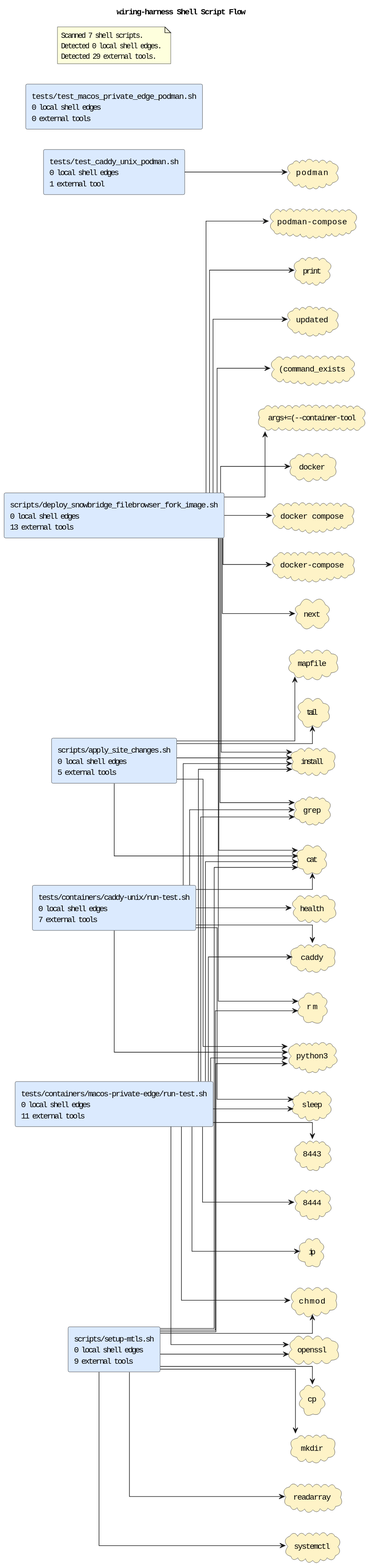
Before: docs/diagrams/shell-call-graph.puml.svg, a diagram exported from PlantUML (casonk/wiring-harness).
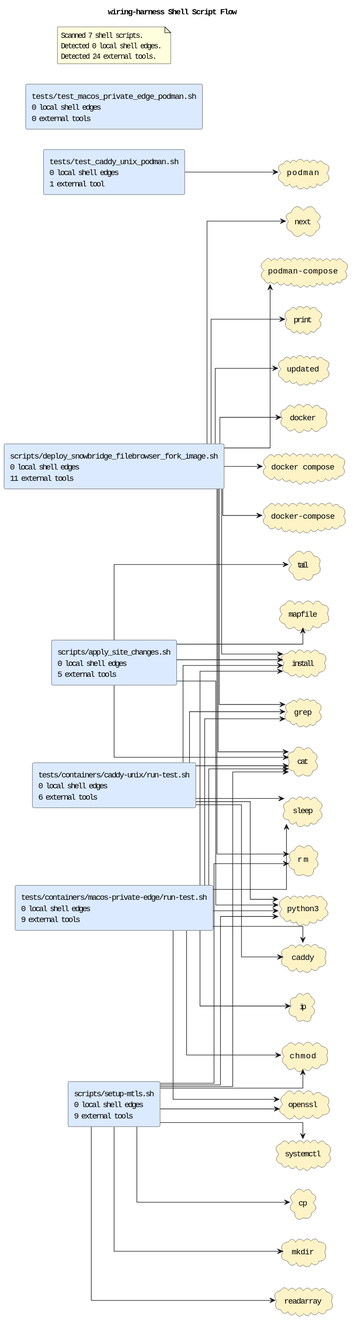
After the change.

Commit message:
docs: publish local diagram, reference and lesson updates (#10)

What changed in the source:
```diff
@@ -6,16 +6,12 @@
 skinparam componentStyle rectangle
 skinparam linetype ortho
 rectangle "scripts/apply_site_changes.sh\n0 local shell edges\n5 external tools" as shell_scripts_apply_site_changes_sh #DBEAFE
-rectangle "scripts/deploy_snowbridge_filebrowser_fork_image.sh\n0 local shell edges\n13 external tools" as shell_scripts_deploy_snowbridge_filebrowser_fork_image_sh #DBEAFE
+rectangle "scripts/deploy_snowbridge_filebrowser_fork_image.sh\n0 local shell edges\n11 external tools" as shell_scripts_deploy_snowbridge_filebrowser_fork_image_sh #DBEAFE
 rectangle "scripts/setup-mtls.sh\n0 local shell edges\n9 external tools" as shell_scripts_setup_mtls_sh #DBEAFE
-rectangle "tests/containers/caddy-unix/run-test.sh\n0 local shell edges\n7 external tools" as shell_tests_containers_caddy_unix_run_test_sh #DBEAFE
-rectangle "tests/containers/macos-private-edge/run-test.sh\n0 local shell edges\n11 external tools" as shell_tests_containers_macos_private_edge_run_test_sh #DBEAFE
+rectangle "tests/containers/caddy-unix/run-test.sh\n0 local shell edges\n6 external tools" as shell_tests_containers_caddy_unix_run_test_sh #DBEAFE
+rectangle "tests/containers/macos-private-edge/run-test.sh\n0 local shell edges\n9 external tools" as shell_tests_containers_macos_private_edge_run_test_sh #DBEAFE
 rectangle "tests/test_caddy_unix_podman.sh\n0 local shell edges\n1 external tool" as shell_tests_test_caddy_unix_podman_sh #DBEAFE
 rectangle "tests/test_macos_private_edge_podman.sh\n0 local shell edges\n0 external tools" as shell_tests_test_macos_private_edge_podman_sh #DBEAFE
-cloud "(command_exists" as tool_command_exists #FEF3C7
-cloud "8443" as tool_tool_8443 #FEF3C7
-cloud "8444" as tool_tool_8444 #FEF3C7
-cloud "args+=(--container-tool" as tool_args_container_tool #FEF3C7
 cloud "caddy" as tool_caddy #FEF3C7
 cloud "cat" as tool_cat #FEF3C7
 cloud "chmod" as tool_chmod #FEF3C7
@@ -24,7 +20,6 @@
 cloud "docker compose" as tool_docker_compose #FEF3C7
 cloud "docker-compose" as tool_docker_compose_2 #FEF3C7
 cloud "grep" as tool_grep #FEF3C7
-cloud "health" as tool_health #FEF3C7
 cloud "install" as tool_install #FEF3C7
 cloud "ip" as tool_ip #FEF3C7
 cloud "mapfile" as tool_mapfile #FEF3C7
@@ -46,8 +41,6 @@
 shell_scripts_apply_site_changes_sh --> tool_mapfile
 shell_scripts_apply_site_changes_sh --> tool_python3
 shell_scripts_apply_site_changes_sh --> tool_tail
-shell_scripts_deploy_snowbridge_filebrowser_fork_image_sh --> tool_command_exists
-shell_scripts_deploy_snowbridge_filebrowser_fork_image_sh --> tool_args_container_tool
 shell_scripts_deploy_snowbridge_filebrowser_fork_image_sh --> tool_cat
 shell_scripts_deploy_snowbridge_filebrowser_fork_image_sh --> tool_docker
 shell_scripts_deploy_snowbridge_filebrowser_fork_image_sh --> tool_docker_compose
@@ -71,12 +64,9 @@
 shell_tests_containers_caddy_unix_run_test_sh --> tool_caddy
 shell_tests_containers_caddy_unix_run_test_sh --> tool_cat
 shell_tests_containers_caddy_unix_run_test_sh --> tool_grep
-shell_tests_containers_caddy_unix_run_test_sh --> tool_health
 shell_tests_containers_caddy_unix_run_test_sh --> tool_install
 shell_tests_containers_caddy_unix_run_test_sh --> tool_python3
 shell_tests_containers_caddy_unix_run_test_sh --> tool_sleep
-shell_tests_containers_macos_private_edge_run_test_sh --> tool_tool_8443
-shell_tests_containers_macos_private_edge_run_test_sh --> tool_tool_8444
 shell_tests_containers_macos_private_edge_run_test_sh --> tool_caddy
 shell_tests_containers_macos_private_edge_run_test_sh --> tool_cat
 shell_tests_containers_macos_private_edge_run_test_sh --> tool_chmod
@@ -90,6 +80,6 @@
 note as shellGraphSummary
 Scanned 7 shell scripts.
 Detected 0 local shell edges.
-Detected 29 external tools.
+Detected 24 external tools.
 end note
 @enduml
```
